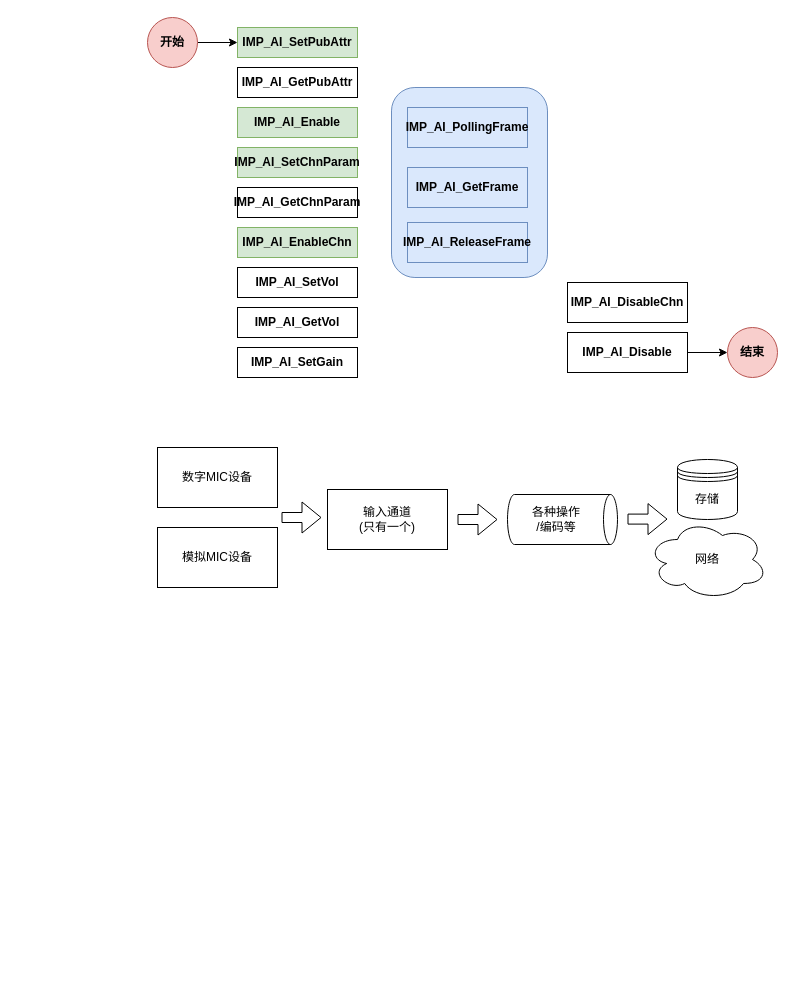
Before: page "jz-ai" (9 of 9) of 未命名绘图.drawio in chendong-2023/cmd, a draw.io diagram. Source tidied: cells renumbered, new cells numbered last; positions are measured from the earlier drawing's top-left corner, leaving out a move shared by most shapes. Both pictures are drawn from the tidied source at 100%, with x=0, y=0 at pixel (147, 17).
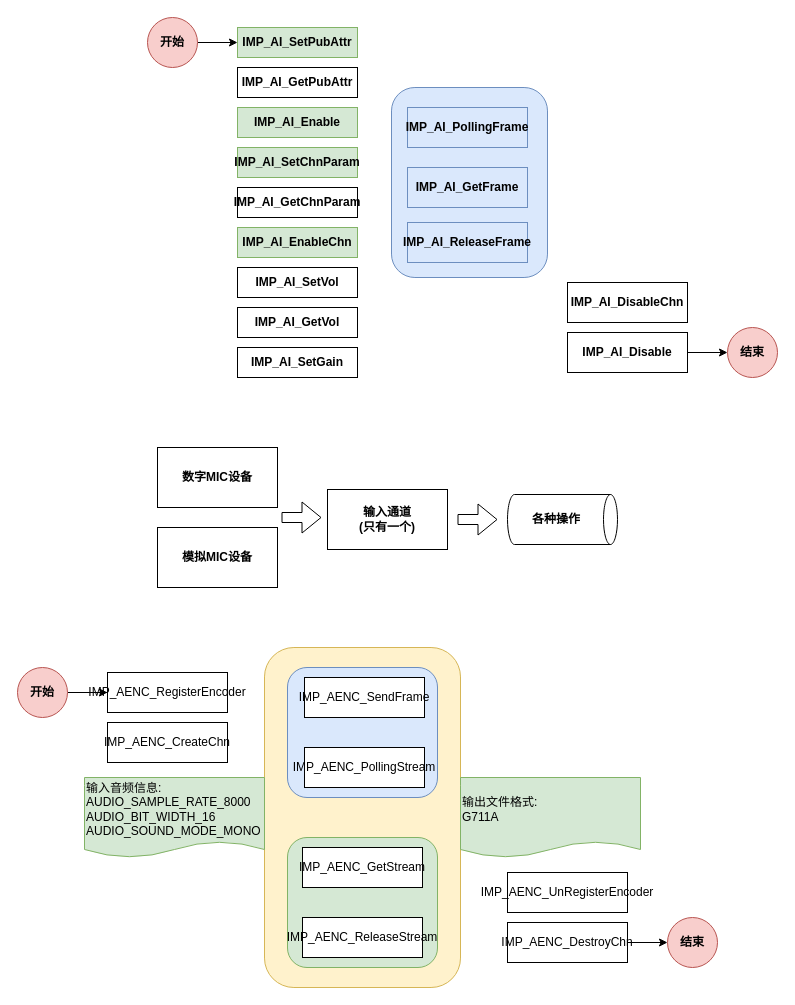
The same page after the edit.

Commit message:
更新未命名绘图.drawio

Change to the diagram source:
```diff
@@
+    <mxCell id="30" style="rounded=1;whiteSpace=wrap;html=1;fillColor=#fff2cc;strokeColor=#d6b656;" parent="1" vertex="1">
+      <mxGeometry x="117" y="630" width="196" height="340" as="geometry" />
+    </mxCell>
+    <mxCell id="31" style="rounded=1;whiteSpace=wrap;html=1;fillColor=#d5e8d4;strokeColor=#82b366;" parent="1" vertex="1">
+      <mxGeometry x="140" y="820" width="150" height="130" as="geometry" />
+    </mxCell>
+    <mxCell id="32" style="rounded=1;whiteSpace=wrap;html=1;fillColor=#dae8fc;strokeColor=#6c8ebf;" parent="1" vertex="1">
+      <mxGeometry x="140" y="650" width="150" height="130" as="geometry" />
+    </mxCell>
@@
-    <mxCell id="21" value="数字MIC设备" style="whiteSpace=wrap;html=1;" parent="1" vertex="1">
+    <mxCell id="21" value="数字MIC设备" style="whiteSpace=wrap;html=1;fontStyle=1;" parent="1" vertex="1">
       <mxGeometry x="10" y="430" width="120" height="60" as="geometry" />
     </mxCell>
-    <mxCell id="22" value="模拟MIC设备" style="whiteSpace=wrap;html=1;" parent="1" vertex="1">
+    <mxCell id="22" value="模拟MIC设备" style="whiteSpace=wrap;html=1;fontStyle=1;" parent="1" vertex="1">
       <mxGeometry x="10" y="510" width="120" height="60" as="geometry" />
     </mxCell>
-    <mxCell id="23" value="输入通道&lt;br&gt;(只有一个)" style="whiteSpace=wrap;html=1;" parent="1" vertex="1">
+    <mxCell id="23" value="输入通道&lt;br&gt;(只有一个)" style="whiteSpace=wrap;html=1;fontStyle=1;" parent="1" vertex="1">
       <mxGeometry x="180" y="472" width="120" height="60" as="geometry" />
     </mxCell>
-    <mxCell id="24" value="各种操作&lt;br&gt;/编码等" style="shape=cylinder3;whiteSpace=wrap;html=1;boundedLbl=1;backgroundOutline=1;size=6.999969482421761;direction=south;" parent="1" vertex="1">
+    <mxCell id="24" value="各种操作&lt;br&gt;" style="shape=cylinder3;whiteSpace=wrap;html=1;boundedLbl=1;backgroundOutline=1;size=6.999969482421761;direction=south;fontStyle=1;" parent="1" vertex="1">
       <mxGeometry x="360" y="477" width="110" height="50" as="geometry" />
     </mxCell>
-    <mxCell id="25" style="shape=flexArrow;endArrow=classic;html=1;rounded=0;" parent="1" edge="1">
+    <mxCell id="25" style="shape=flexArrow;endArrow=classic;html=1;rounded=0;fontStyle=1;" parent="1" edge="1">
       <mxGeometry relative="1" as="geometry">
         <mxPoint x="310" y="502" as="sourcePoint" />
         <mxPoint x="350" y="502" as="targetPoint" />
       </mxGeometry>
     </mxCell>
-    <mxCell id="26" style="shape=flexArrow;endArrow=classic;html=1;rounded=0;" parent="1" edge="1">
+    <mxCell id="26" style="shape=flexArrow;endArrow=classic;html=1;rounded=0;fontStyle=1;" parent="1" edge="1">
       <mxGeometry relative="1" as="geometry">
         <mxPoint x="134" y="500" as="sourcePoint" />
         <mxPoint x="174" y="500" as="targetPoint" />
       </mxGeometry>
     </mxCell>
-    <mxCell id="27" value="存储" style="shape=datastore;whiteSpace=wrap;html=1;" parent="1" vertex="1">
-      <mxGeometry x="530" y="442" width="60" height="60" as="geometry" />
-    </mxCell>
-    <mxCell id="28" style="shape=flexArrow;endArrow=classic;html=1;rounded=0;" parent="1" edge="1">
-      <mxGeometry relative="1" as="geometry">
-        <mxPoint x="480" y="501.6" as="sourcePoint" />
-        <mxPoint x="520" y="501.6" as="targetPoint" />
-      </mxGeometry>
-    </mxCell>
-    <mxCell id="29" value="网络" style="ellipse;shape=cloud;whiteSpace=wrap;html=1;" parent="1" vertex="1">
-      <mxGeometry x="500" y="502" width="120" height="80" as="geometry" />
-    </mxCell>
+    <mxCell id="33" value="IMP_AENC_RegisterEncoder" style="whiteSpace=wrap;html=1;" parent="1" vertex="1">
+      <mxGeometry x="-40" y="655" width="120" height="40" as="geometry" />
+    </mxCell>
+    <mxCell id="34" value="IMP_AENC_CreateChn" style="whiteSpace=wrap;html=1;" parent="1" vertex="1">
+      <mxGeometry x="-40" y="705" width="120" height="40" as="geometry" />
+    </mxCell>
+    <mxCell id="35" value="IMP_AENC_SendFrame" style="whiteSpace=wrap;html=1;" parent="1" vertex="1">
+      <mxGeometry x="157" y="660" width="120" height="40" as="geometry" />
+    </mxCell>
+    <mxCell id="36" value="IMP_AENC_PollingStream" style="whiteSpace=wrap;html=1;" parent="1" vertex="1">
+      <mxGeometry x="157" y="730" width="120" height="40" as="geometry" />
+    </mxCell>
+    <mxCell id="37" value="IMP_AENC_GetStream" style="whiteSpace=wrap;html=1;" parent="1" vertex="1">
+      <mxGeometry x="155" y="830" width="120" height="40" as="geometry" />
+    </mxCell>
+    <mxCell id="38" value="IMP_AENC_ReleaseStream" style="whiteSpace=wrap;html=1;" parent="1" vertex="1">
+      <mxGeometry x="155" y="900" width="120" height="40" as="geometry" />
+    </mxCell>
+    <mxCell id="39" value="IMP_AENC_UnRegisterEncoder" style="whiteSpace=wrap;html=1;" parent="1" vertex="1">
+      <mxGeometry x="360" y="855" width="120" height="40" as="geometry" />
+    </mxCell>
+    <mxCell id="40" style="edgeStyle=orthogonalEdgeStyle;rounded=0;orthogonalLoop=1;jettySize=auto;html=1;exitX=0.5;exitY=1;exitDx=0;exitDy=0;" parent="1" edge="1">
+      <mxGeometry relative="1" as="geometry">
+        <mxPoint x="570" y="865" as="sourcePoint" />
+        <mxPoint x="570" y="865" as="targetPoint" />
+      </mxGeometry>
+    </mxCell>
+    <mxCell id="41" style="edgeStyle=orthogonalEdgeStyle;rounded=0;jettySize=auto;html=1;entryX=0;entryY=0.5;entryDx=0;entryDy=0;" parent="1" edge="1" source="42" target="43">
+      <mxGeometry relative="1" as="geometry" />
+    </mxCell>
+    <mxCell id="42" value="IMP_AENC_DestroyChn" style="whiteSpace=wrap;html=1;" parent="1" vertex="1">
+      <mxGeometry x="360" y="905" width="120" height="40" as="geometry" />
+    </mxCell>
+    <mxCell id="43" value="结束" style="ellipse;whiteSpace=wrap;html=1;fontStyle=1;fillColor=#f8cecc;strokeColor=#b85450;" parent="1" vertex="1">
+      <mxGeometry x="520" y="900" width="50" height="50" as="geometry" />
+    </mxCell>
+    <mxCell id="44" style="edgeStyle=orthogonalEdgeStyle;rounded=0;jettySize=auto;html=1;entryX=0;entryY=0.5;entryDx=0;entryDy=0;" parent="1" edge="1" source="45" target="33">
+      <mxGeometry relative="1" as="geometry" />
+    </mxCell>
+    <mxCell id="45" value="开始" style="ellipse;whiteSpace=wrap;html=1;fontStyle=1;fillColor=#f8cecc;strokeColor=#b85450;" parent="1" vertex="1">
+      <mxGeometry x="-130" y="650" width="50" height="50" as="geometry" />
+    </mxCell>
+    <mxCell id="46" value="输入音频信息:&lt;br&gt;AUDIO_SAMPLE_RATE_8000&lt;br&gt;AUDIO_BIT_WIDTH_16&lt;br&gt;AUDIO_SOUND_MODE_MONO" style="shape=document;whiteSpace=wrap;html=1;boundedLbl=1;align=left;size=0.2;fillColor=#d5e8d4;strokeColor=#82b366;" parent="1" vertex="1">
+      <mxGeometry x="-63" y="760" width="180" height="80" as="geometry" />
+    </mxCell>
+    <mxCell id="47" value="输出文件格式:&lt;br&gt;G711A" style="shape=document;whiteSpace=wrap;html=1;boundedLbl=1;align=left;size=0.2;fillColor=#d5e8d4;strokeColor=#82b366;" parent="1" vertex="1">
+      <mxGeometry x="313" y="760" width="180" height="80" as="geometry" />
+    </mxCell>
```
